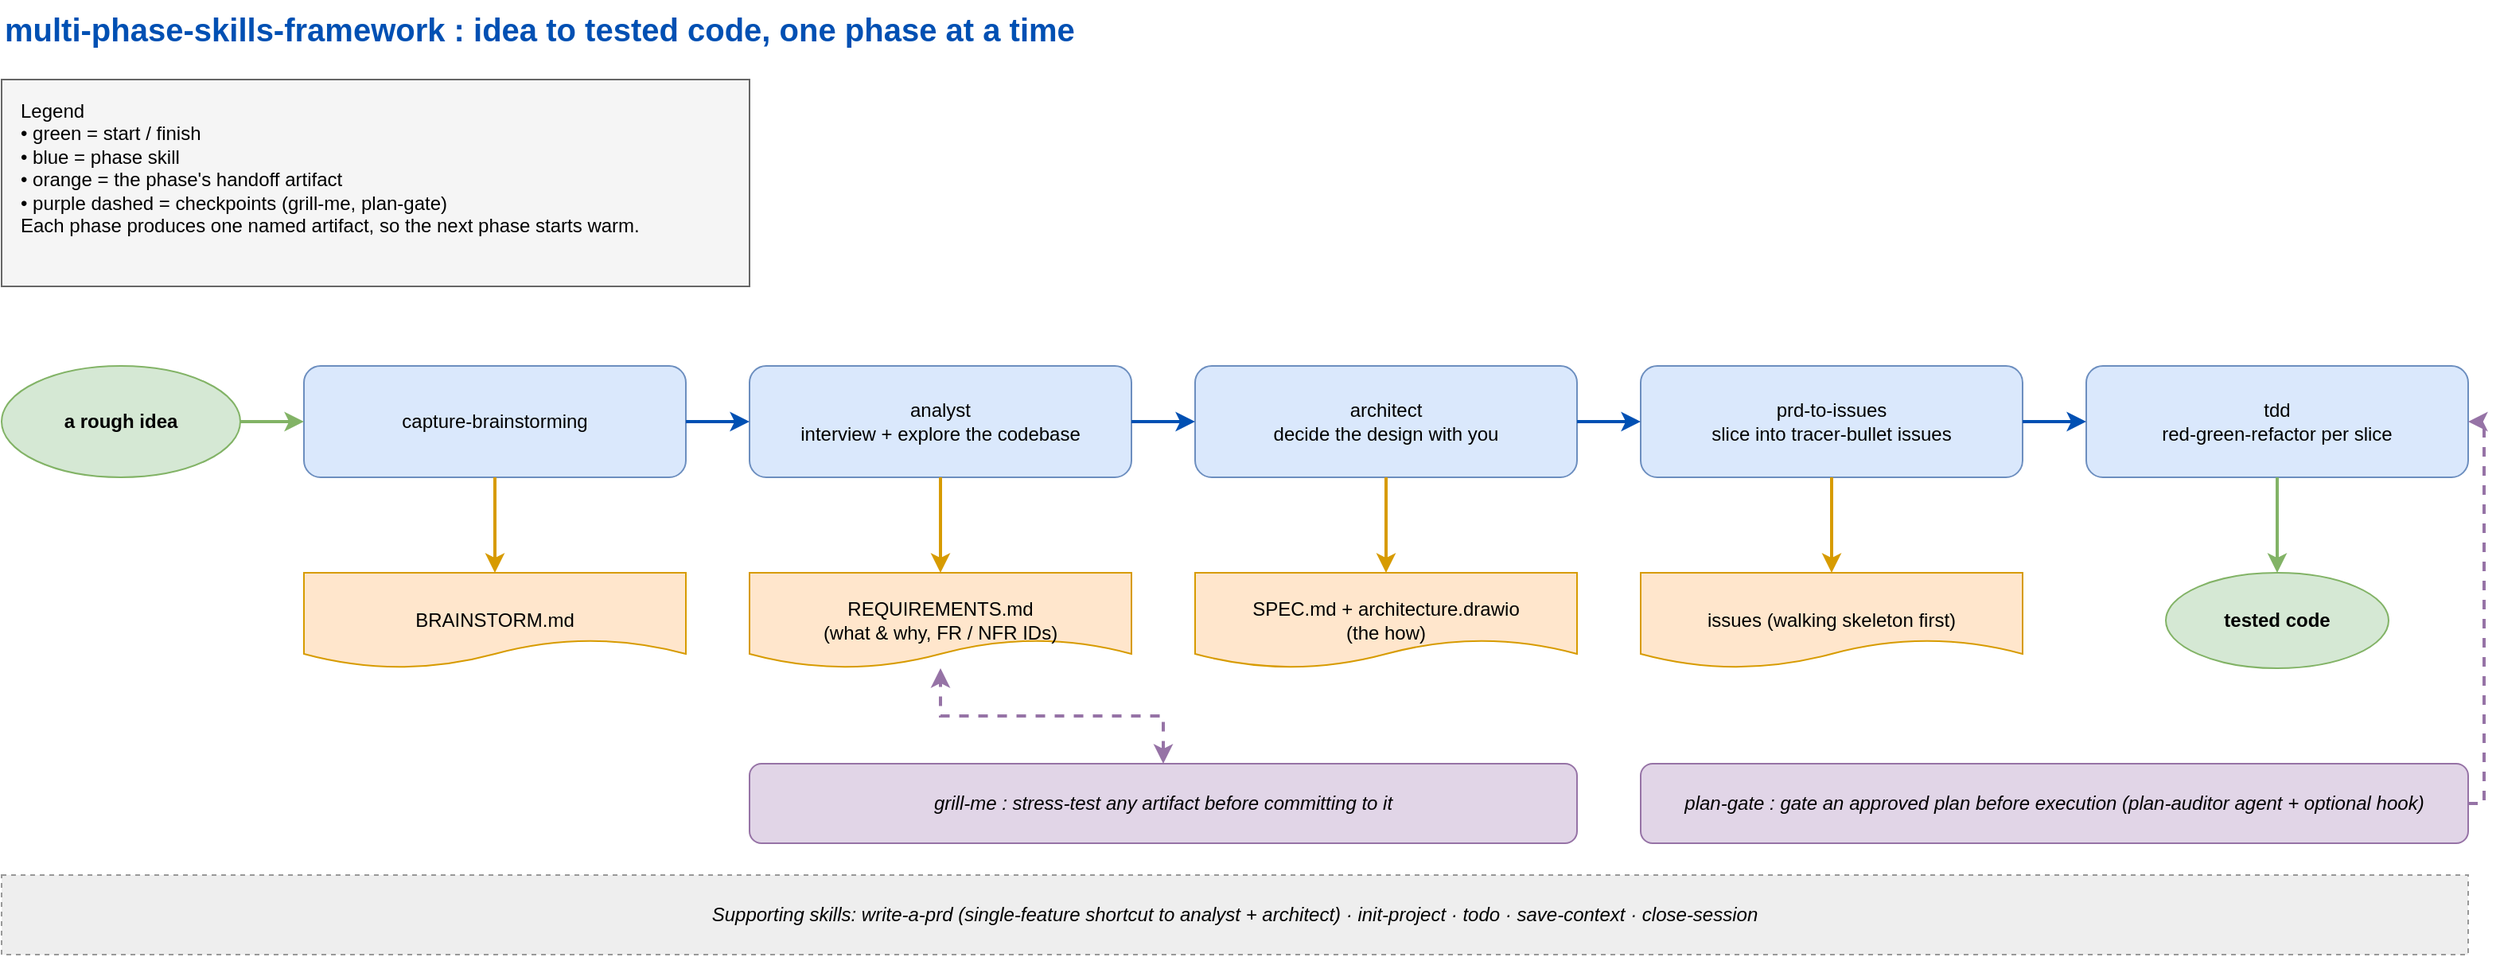
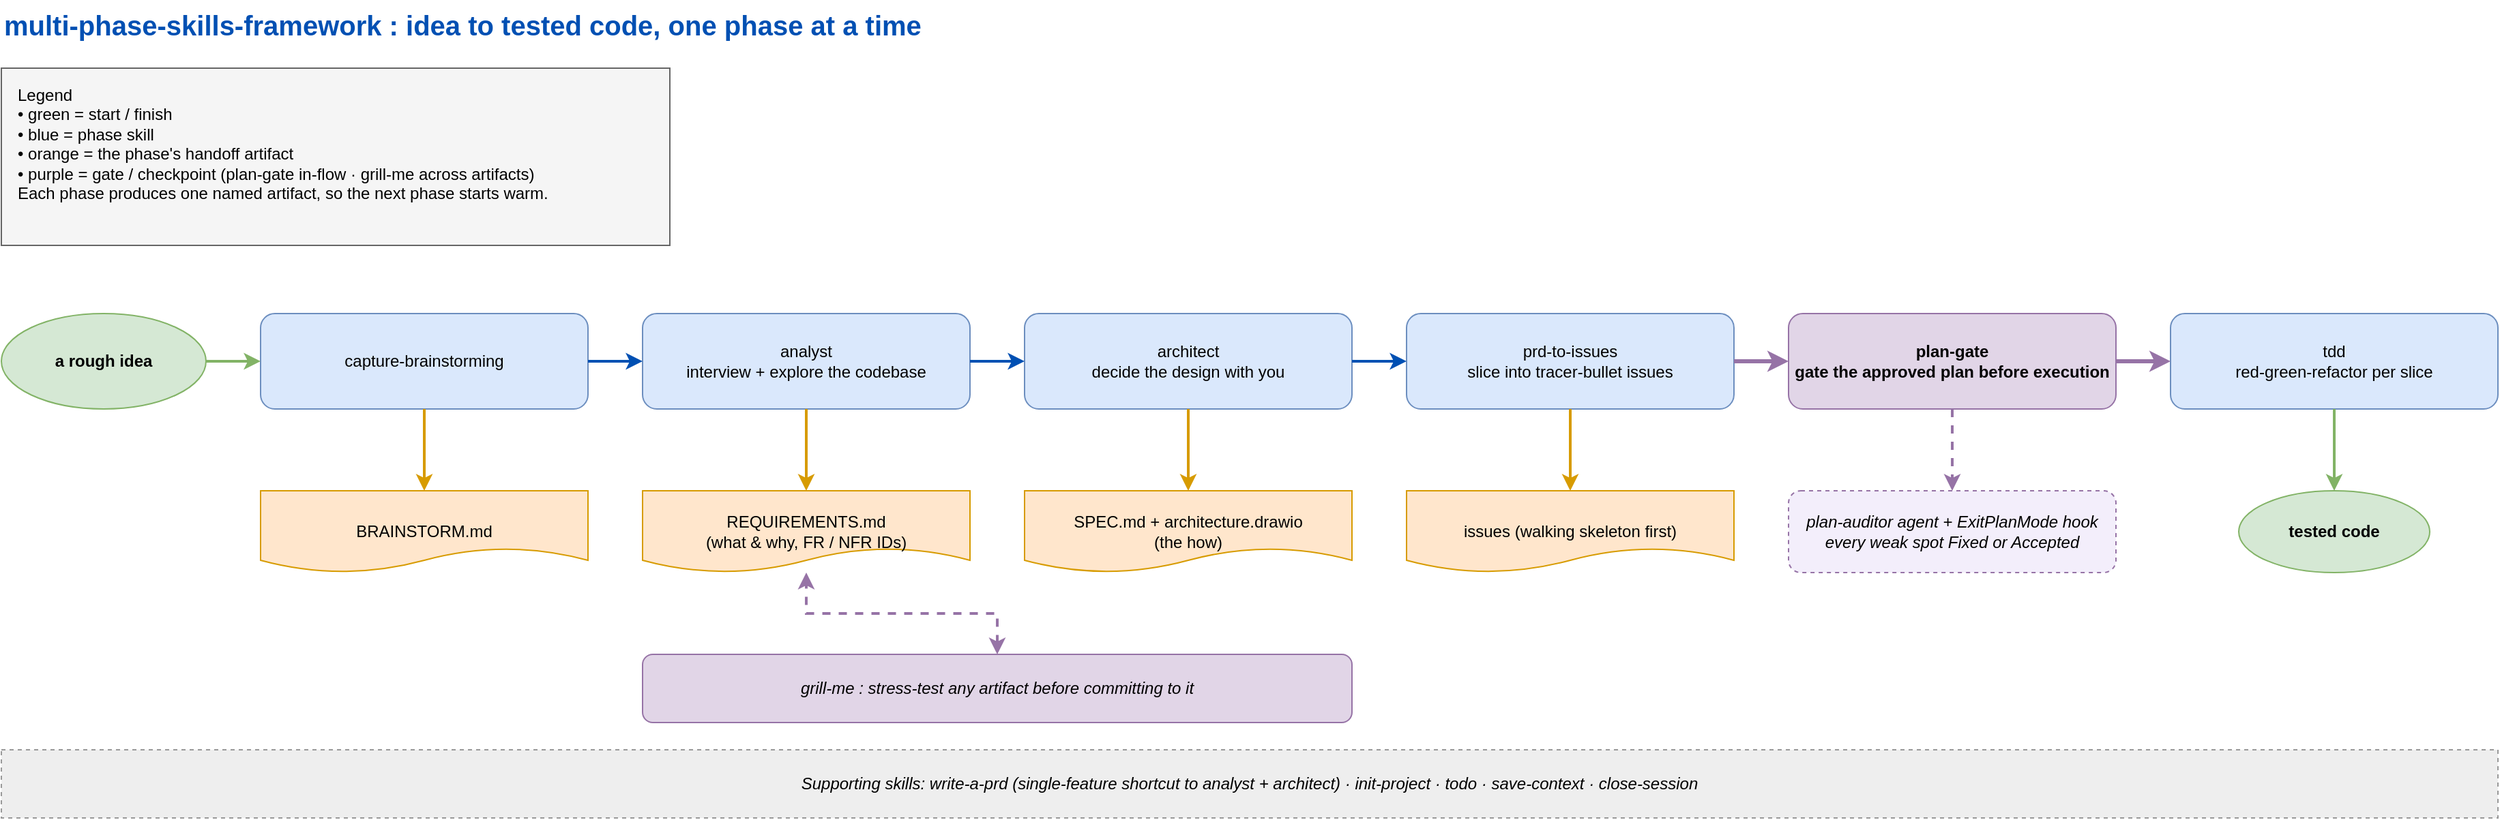
<mxfile host="app.diagrams.net" type="device">
  <diagram name="multi-phase" id="mpflow">
-     <mxGraphModel dx="1400" dy="800" grid="0" gridSize="10" guides="1" tooltips="1" connect="1" arrows="1" fold="1" page="1" pageScale="1" pageWidth="1680" pageHeight="640" math="0" shadow="0">
+     <mxGraphModel dx="1400" dy="800" grid="0" gridSize="10" guides="1" tooltips="1" connect="1" arrows="1" fold="1" page="1" pageScale="1" pageWidth="1920" pageHeight="640" math="0" shadow="0">
      <root>
        <mxCell id="0"/>
        <mxCell id="1" parent="0"/>

-         <mxCell id="title" value="multi-phase-skills-framework : idea to tested code, one phase at a time" style="text;html=1;fontSize=20;fontStyle=1;fontColor=#0050b3;align=left;verticalAlign=middle;" vertex="1" parent="1"><mxGeometry x="40" y="20" width="1100" height="36" as="geometry"/></mxCell>
+         <mxCell id="title" value="multi-phase-skills-framework : idea to tested code, one phase at a time" style="text;html=1;fontSize=20;fontStyle=1;fontColor=#0050b3;align=left;verticalAlign=middle;" vertex="1" parent="1"><mxGeometry x="40" y="20" width="1400" height="36" as="geometry"/></mxCell>

-         <mxCell id="legend" value="Legend&#10;• green = start / finish&#10;• blue = phase skill&#10;• orange = the phase's handoff artifact&#10;• purple dashed = checkpoints (grill-me, plan-gate)&#10;Each phase produces one named artifact, so the next phase starts warm." style="rounded=0;fillColor=#f5f5f5;strokeColor=#666666;fontStyle=0;verticalAlign=top;align=left;spacingLeft=10;spacingTop=6;whiteSpace=wrap;html=1;fontFamily=Helvetica;" vertex="1" parent="1"><mxGeometry x="40" y="70" width="470" height="130" as="geometry"/></mxCell>
+         <mxCell id="legend" value="Legend&#10;• green = start / finish&#10;• blue = phase skill&#10;• orange = the phase's handoff artifact&#10;• purple = gate / checkpoint (plan-gate in-flow · grill-me across artifacts)&#10;Each phase produces one named artifact, so the next phase starts warm." style="rounded=0;fillColor=#f5f5f5;strokeColor=#666666;fontStyle=0;verticalAlign=top;align=left;spacingLeft=10;spacingTop=6;whiteSpace=wrap;html=1;fontFamily=Helvetica;" vertex="1" parent="1"><mxGeometry x="40" y="70" width="490" height="130" as="geometry"/></mxCell>

        <!-- start -->
        <mxCell id="start" value="a rough idea" style="ellipse;fillColor=#d5e8d4;strokeColor=#82b366;html=1;whiteSpace=wrap;fontStyle=1;" vertex="1" parent="1"><mxGeometry x="40" y="250" width="150" height="70" as="geometry"/></mxCell>

        <!-- phases -->
        <mxCell id="p1" value="capture-brainstorming" style="rounded=1;fillColor=#dae8fc;strokeColor=#6c8ebf;html=1;whiteSpace=wrap;" vertex="1" parent="1"><mxGeometry x="230" y="250" width="240" height="70" as="geometry"/></mxCell>
        <mxCell id="a1" value="BRAINSTORM.md" style="shape=document;fillColor=#ffe6cc;strokeColor=#d79b00;html=1;whiteSpace=wrap;" vertex="1" parent="1"><mxGeometry x="230" y="380" width="240" height="60" as="geometry"/></mxCell>

        <mxCell id="p2" value="analyst&#10;interview + explore the codebase" style="rounded=1;fillColor=#dae8fc;strokeColor=#6c8ebf;html=1;whiteSpace=wrap;" vertex="1" parent="1"><mxGeometry x="510" y="250" width="240" height="70" as="geometry"/></mxCell>
        <mxCell id="a2" value="REQUIREMENTS.md&#10;(what &amp; why, FR / NFR IDs)" style="shape=document;fillColor=#ffe6cc;strokeColor=#d79b00;html=1;whiteSpace=wrap;" vertex="1" parent="1"><mxGeometry x="510" y="380" width="240" height="60" as="geometry"/></mxCell>

        <mxCell id="p3" value="architect&#10;decide the design with you" style="rounded=1;fillColor=#dae8fc;strokeColor=#6c8ebf;html=1;whiteSpace=wrap;" vertex="1" parent="1"><mxGeometry x="790" y="250" width="240" height="70" as="geometry"/></mxCell>
        <mxCell id="a3" value="SPEC.md + architecture.drawio&#10;(the how)" style="shape=document;fillColor=#ffe6cc;strokeColor=#d79b00;html=1;whiteSpace=wrap;" vertex="1" parent="1"><mxGeometry x="790" y="380" width="240" height="60" as="geometry"/></mxCell>

        <mxCell id="p4" value="prd-to-issues&#10;slice into tracer-bullet issues" style="rounded=1;fillColor=#dae8fc;strokeColor=#6c8ebf;html=1;whiteSpace=wrap;" vertex="1" parent="1"><mxGeometry x="1070" y="250" width="240" height="70" as="geometry"/></mxCell>
        <mxCell id="a4" value="issues (walking skeleton first)" style="shape=document;fillColor=#ffe6cc;strokeColor=#d79b00;html=1;whiteSpace=wrap;" vertex="1" parent="1"><mxGeometry x="1070" y="380" width="240" height="60" as="geometry"/></mxCell>

-         <mxCell id="p5" value="tdd&#10;red-green-refactor per slice" style="rounded=1;fillColor=#dae8fc;strokeColor=#6c8ebf;html=1;whiteSpace=wrap;" vertex="1" parent="1"><mxGeometry x="1350" y="250" width="240" height="70" as="geometry"/></mxCell>
-         <mxCell id="done" value="tested code" style="ellipse;fillColor=#d5e8d4;strokeColor=#82b366;html=1;whiteSpace=wrap;fontStyle=1;" vertex="1" parent="1"><mxGeometry x="1400" y="380" width="140" height="60" as="geometry"/></mxCell>
+         <!-- plan-gate : now inline in the flow, right before execution -->
+         <mxCell id="pg" value="plan-gate&#10;gate the approved plan before execution" style="rounded=1;fillColor=#e1d5e7;strokeColor=#9673a6;html=1;whiteSpace=wrap;fontStyle=1;" vertex="1" parent="1"><mxGeometry x="1350" y="250" width="240" height="70" as="geometry"/></mxCell>
+         <mxCell id="pgn" value="plan-auditor agent + ExitPlanMode hook&#10;every weak spot Fixed or Accepted" style="rounded=1;fillColor=#f3eefb;strokeColor=#9673a6;html=1;whiteSpace=wrap;fontStyle=2;dashed=1;" vertex="1" parent="1"><mxGeometry x="1350" y="380" width="240" height="60" as="geometry"/></mxCell>
+ 
+         <mxCell id="p5" value="tdd&#10;red-green-refactor per slice" style="rounded=1;fillColor=#dae8fc;strokeColor=#6c8ebf;html=1;whiteSpace=wrap;" vertex="1" parent="1"><mxGeometry x="1630" y="250" width="240" height="70" as="geometry"/></mxCell>
+         <mxCell id="done" value="tested code" style="ellipse;fillColor=#d5e8d4;strokeColor=#82b366;html=1;whiteSpace=wrap;fontStyle=1;" vertex="1" parent="1"><mxGeometry x="1680" y="380" width="140" height="60" as="geometry"/></mxCell>

        <!-- grill-me loop -->
        <mxCell id="grill" value="grill-me : stress-test any artifact before committing to it" style="rounded=1;fillColor=#e1d5e7;strokeColor=#9673a6;html=1;whiteSpace=wrap;fontStyle=2;" vertex="1" parent="1"><mxGeometry x="510" y="500" width="520" height="50" as="geometry"/></mxCell>

-         <!-- plan-gate checkpoint -->
-         <mxCell id="gate" value="plan-gate : gate an approved plan before execution (plan-auditor agent + optional hook)" style="rounded=1;fillColor=#e1d5e7;strokeColor=#9673a6;html=1;whiteSpace=wrap;fontStyle=2;" vertex="1" parent="1"><mxGeometry x="1070" y="500" width="520" height="50" as="geometry"/></mxCell>
- 
        <!-- supporting band -->
-         <mxCell id="band" value="Supporting skills:  write-a-prd (single-feature shortcut to analyst + architect)  ·  init-project  ·  todo  ·  save-context  ·  close-session" style="rounded=0;fillColor=#eeeeee;strokeColor=#999999;html=1;whiteSpace=wrap;fontStyle=2;dashed=1;verticalAlign=middle;align=center;" vertex="1" parent="1"><mxGeometry x="40" y="570" width="1550" height="50" as="geometry"/></mxCell>
+         <mxCell id="band" value="Supporting skills:  write-a-prd (single-feature shortcut to analyst + architect)  ·  init-project  ·  todo  ·  save-context  ·  close-session" style="rounded=0;fillColor=#eeeeee;strokeColor=#999999;html=1;whiteSpace=wrap;fontStyle=2;dashed=1;verticalAlign=middle;align=center;" vertex="1" parent="1"><mxGeometry x="40" y="570" width="1830" height="50" as="geometry"/></mxCell>

        <!-- edges: phase chain -->
        <mxCell id="s0" style="edgeStyle=orthogonalEdgeStyle;rounded=0;endArrow=classic;strokeColor=#82b366;strokeWidth=2;html=1;" edge="1" parent="1" source="start" target="p1"><mxGeometry relative="1" as="geometry"/></mxCell>
        <mxCell id="c1" style="edgeStyle=orthogonalEdgeStyle;rounded=0;endArrow=classic;strokeColor=#0050b3;strokeWidth=2;html=1;" edge="1" parent="1" source="p1" target="p2"><mxGeometry relative="1" as="geometry"/></mxCell>
        <mxCell id="c2" style="edgeStyle=orthogonalEdgeStyle;rounded=0;endArrow=classic;strokeColor=#0050b3;strokeWidth=2;html=1;" edge="1" parent="1" source="p2" target="p3"><mxGeometry relative="1" as="geometry"/></mxCell>
        <mxCell id="c3" style="edgeStyle=orthogonalEdgeStyle;rounded=0;endArrow=classic;strokeColor=#0050b3;strokeWidth=2;html=1;" edge="1" parent="1" source="p3" target="p4"><mxGeometry relative="1" as="geometry"/></mxCell>
-         <mxCell id="c4" style="edgeStyle=orthogonalEdgeStyle;rounded=0;endArrow=classic;strokeColor=#0050b3;strokeWidth=2;html=1;" edge="1" parent="1" source="p4" target="p5"><mxGeometry relative="1" as="geometry"/></mxCell>
+         <!-- p4 -> plan-gate -> tdd : the gate sits on the flow -->
+         <mxCell id="c4" style="edgeStyle=orthogonalEdgeStyle;rounded=0;endArrow=classic;strokeColor=#9673a6;strokeWidth=3;html=1;" edge="1" parent="1" source="p4" target="pg"><mxGeometry relative="1" as="geometry"/></mxCell>
+         <mxCell id="c5" style="edgeStyle=orthogonalEdgeStyle;rounded=0;endArrow=classic;strokeColor=#9673a6;strokeWidth=3;html=1;" edge="1" parent="1" source="pg" target="p5"><mxGeometry relative="1" as="geometry"/></mxCell>
        <!-- phase -> artifact -->
        <mxCell id="d1" style="edgeStyle=orthogonalEdgeStyle;rounded=0;endArrow=classic;strokeColor=#d79b00;strokeWidth=2;html=1;" edge="1" parent="1" source="p1" target="a1"><mxGeometry relative="1" as="geometry"/></mxCell>
        <mxCell id="d2" style="edgeStyle=orthogonalEdgeStyle;rounded=0;endArrow=classic;strokeColor=#d79b00;strokeWidth=2;html=1;" edge="1" parent="1" source="p2" target="a2"><mxGeometry relative="1" as="geometry"/></mxCell>
        <mxCell id="d3" style="edgeStyle=orthogonalEdgeStyle;rounded=0;endArrow=classic;strokeColor=#d79b00;strokeWidth=2;html=1;" edge="1" parent="1" source="p3" target="a3"><mxGeometry relative="1" as="geometry"/></mxCell>
        <mxCell id="d4" style="edgeStyle=orthogonalEdgeStyle;rounded=0;endArrow=classic;strokeColor=#d79b00;strokeWidth=2;html=1;" edge="1" parent="1" source="p4" target="a4"><mxGeometry relative="1" as="geometry"/></mxCell>
+         <!-- plan-gate -> its note -->
+         <mxCell id="dpg" style="edgeStyle=orthogonalEdgeStyle;rounded=0;endArrow=classic;strokeColor=#9673a6;strokeWidth=2;dashed=1;html=1;" edge="1" parent="1" source="pg" target="pgn"><mxGeometry relative="1" as="geometry"/></mxCell>
        <mxCell id="d5" style="edgeStyle=orthogonalEdgeStyle;rounded=0;endArrow=classic;strokeColor=#82b366;strokeWidth=2;html=1;" edge="1" parent="1" source="p5" target="done"><mxGeometry relative="1" as="geometry"/></mxCell>
-         <!-- grill-me dashed to the three artifacts -->
+         <!-- grill-me dashed to the artifacts -->
        <mxCell id="gl" value="" style="edgeStyle=orthogonalEdgeStyle;rounded=0;endArrow=classic;startArrow=classic;strokeColor=#9673a6;strokeWidth=2;dashed=1;html=1;" edge="1" parent="1" source="grill" target="a2"><mxGeometry relative="1" as="geometry"/></mxCell>
-         <!-- plan-gate dashed into tdd -->
-         <mxCell id="ge" value="" style="edgeStyle=orthogonalEdgeStyle;rounded=0;endArrow=classic;strokeColor=#9673a6;strokeWidth=2;dashed=1;html=1;exitX=1;exitY=0.5;exitDx=0;exitDy=0;entryX=1;entryY=0.5;entryDx=0;entryDy=0;" edge="1" parent="1" source="gate" target="p5"><mxGeometry relative="1" as="geometry"/></mxCell>
      </root>
    </mxGraphModel>
  </diagram>
</mxfile>
